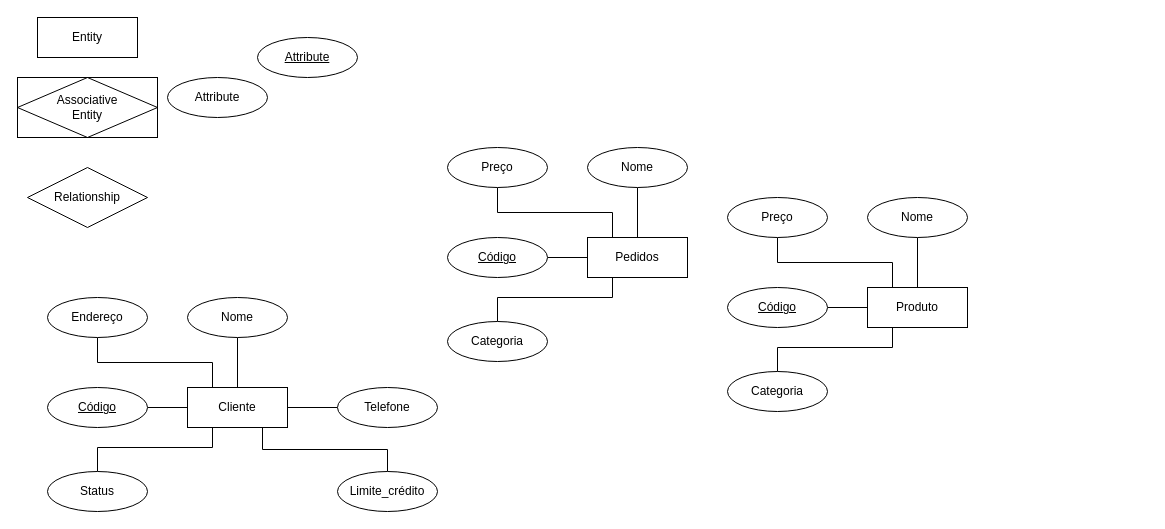
Before: Diagramas/Atividade Avaliativa 01.drawio in bruniculos08/BAN1002, a draw.io diagram. Source tidied: cells renumbered, new cells numbered last; positions are measured from the earlier drawing's top-left corner, leaving out a move shared by most shapes. Both pictures are drawn from the tidied source at 100%, with x=0, y=0 at pixel (17, 17).
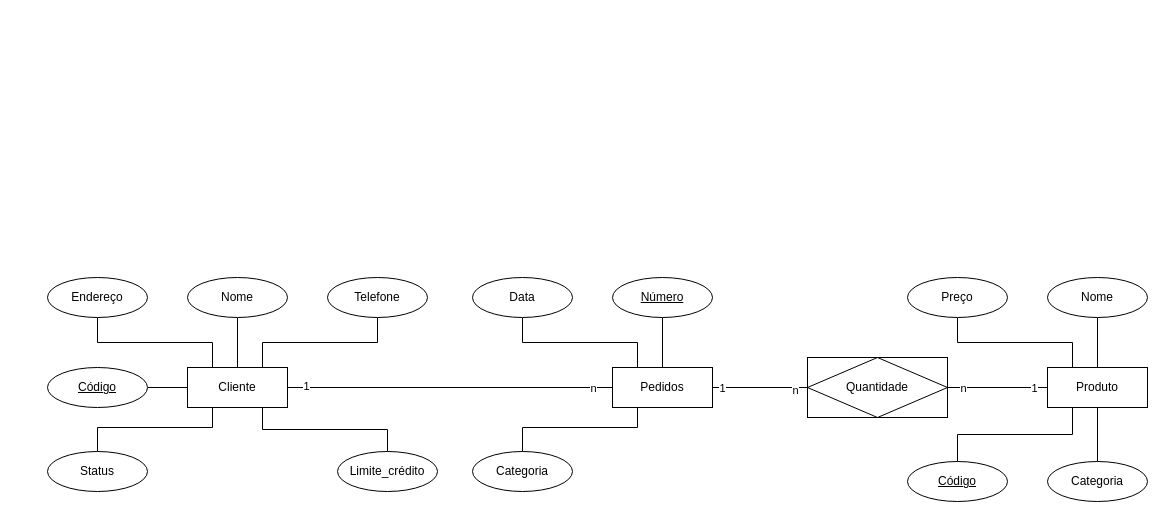
The same diagram, later.

Diff of the diagram source:
```diff
@@
-    <mxCell id="2" value="Relationship" style="shape=rhombus;perimeter=rhombusPerimeter;whiteSpace=wrap;html=1;align=center;" parent="1" vertex="1">
-      <mxGeometry x="10" y="150" width="120" height="60" as="geometry" />
-    </mxCell>
-    <mxCell id="3" value="Attribute" style="ellipse;whiteSpace=wrap;html=1;align=center;" parent="1" vertex="1">
-      <mxGeometry x="150" y="60" width="100" height="40" as="geometry" />
-    </mxCell>
-    <mxCell id="4" value="Entity" style="whiteSpace=wrap;html=1;align=center;" parent="1" vertex="1">
-      <mxGeometry x="20" width="100" height="40" as="geometry" />
-    </mxCell>
-    <mxCell id="5" value="Associative&#10;Entity" style="shape=associativeEntity;whiteSpace=wrap;html=1;align=center;" parent="1" vertex="1">
-      <mxGeometry y="60" width="140" height="60" as="geometry" />
-    </mxCell>
-    <mxCell id="6" value="Attribute" style="ellipse;whiteSpace=wrap;html=1;align=center;fontStyle=4;" parent="1" vertex="1">
-      <mxGeometry x="240" y="20" width="100" height="40" as="geometry" />
-    </mxCell>
@@
+    <mxCell id="9" style="edgeStyle=orthogonalEdgeStyle;rounded=0;jettySize=auto;html=1;exitX=0.5;exitY=1;exitDx=0;exitDy=0;entryX=0.5;entryY=0;entryDx=0;entryDy=0;endArrow=none;endFill=0;" parent="1" edge="1" source="10" target="13">
+      <mxGeometry relative="1" as="geometry" />
+    </mxCell>
-    <mxCell id="8" style="edgeStyle=orthogonalEdgeStyle;rounded=0;jettySize=auto;html=1;exitX=0;exitY=0.5;exitDx=0;exitDy=0;entryX=1;entryY=0.5;entryDx=0;entryDy=0;endArrow=none;endFill=0;" parent="1" edge="1" source="10" target="12">
+    <mxCell id="8" style="edgeStyle=orthogonalEdgeStyle;rounded=0;jettySize=auto;html=1;exitX=0.25;exitY=1;exitDx=0;exitDy=0;entryX=0.5;entryY=0;entryDx=0;entryDy=0;endArrow=none;endFill=0;" parent="1" edge="1" source="10" target="12">
       <mxGeometry relative="1" as="geometry" />
     </mxCell>
-    <mxCell id="9" style="edgeStyle=orthogonalEdgeStyle;rounded=0;jettySize=auto;html=1;exitX=0.25;exitY=1;exitDx=0;exitDy=0;entryX=0.5;entryY=0;entryDx=0;entryDy=0;endArrow=none;endFill=0;" parent="1" edge="1" source="10" target="13">
-      <mxGeometry relative="1" as="geometry">
-        <Array as="points">
-          <mxPoint x="875" y="330" />
-          <mxPoint x="760" y="330" />
-        </Array>
-      </mxGeometry>
-    </mxCell>
+    <mxCell id="38" style="edgeStyle=orthogonalEdgeStyle;rounded=0;jettySize=auto;html=1;exitX=0;exitY=0.5;exitDx=0;exitDy=0;entryX=1;entryY=0.5;entryDx=0;entryDy=0;endArrow=none;endFill=0;" parent="1" edge="1" source="10" target="49">
+      <mxGeometry relative="1" as="geometry" />
+    </mxCell>
+    <mxCell id="39" value="1" style="edgeLabel;html=1;align=center;verticalAlign=middle;" parent="38" vertex="1">
+      <mxGeometry x="-0.73" relative="1" as="geometry" />
+    </mxCell>
+    <mxCell id="40" value="n" style="edgeLabel;html=1;align=center;verticalAlign=middle;" parent="38" vertex="1">
+      <mxGeometry x="0.7" relative="1" as="geometry" />
+    </mxCell>
     <mxCell id="10" value="Produto" style="whiteSpace=wrap;html=1;align=center;" parent="1" vertex="1">
-      <mxGeometry x="850" y="270" width="100" height="40" as="geometry" />
+      <mxGeometry x="1030" y="350" width="100" height="40" as="geometry" />
     </mxCell>
     <mxCell id="11" value="Nome" style="ellipse;whiteSpace=wrap;html=1;align=center;" parent="1" vertex="1">
-      <mxGeometry x="850" y="180" width="100" height="40" as="geometry" />
+      <mxGeometry x="1030" y="260" width="100" height="40" as="geometry" />
     </mxCell>
     <mxCell id="12" value="Código" style="ellipse;whiteSpace=wrap;html=1;align=center;fontStyle=4;" parent="1" vertex="1">
-      <mxGeometry x="710" y="270" width="100" height="40" as="geometry" />
+      <mxGeometry x="890" y="444" width="100" height="40" as="geometry" />
     </mxCell>
     <mxCell id="13" value="Categoria" style="ellipse;whiteSpace=wrap;html=1;align=center;" parent="1" vertex="1">
-      <mxGeometry x="710" y="354" width="100" height="40" as="geometry" />
+      <mxGeometry x="1030" y="444" width="100" height="40" as="geometry" />
     </mxCell>
@@
     <mxCell id="15" value="Preço" style="ellipse;whiteSpace=wrap;html=1;align=center;" parent="1" vertex="1">
-      <mxGeometry x="710" y="180" width="100" height="40" as="geometry" />
+      <mxGeometry x="890" y="260" width="100" height="40" as="geometry" />
     </mxCell>
@@
     <mxCell id="18" style="edgeStyle=orthogonalEdgeStyle;rounded=0;jettySize=auto;html=1;exitX=0.25;exitY=1;exitDx=0;exitDy=0;entryX=0.5;entryY=0;entryDx=0;entryDy=0;endArrow=none;endFill=0;" parent="1" edge="1" source="20" target="23">
       <mxGeometry relative="1" as="geometry">
         <Array as="points">
-          <mxPoint x="195" y="430" />
-          <mxPoint x="80" y="430" />
+          <mxPoint x="195" y="410" />
+          <mxPoint x="80" y="410" />
         </Array>
       </mxGeometry>
     </mxCell>
@@
+    <mxCell id="41" style="edgeStyle=orthogonalEdgeStyle;rounded=0;jettySize=auto;html=1;exitX=0.75;exitY=0;exitDx=0;exitDy=0;endArrow=none;endFill=0;" parent="1" edge="1" source="20" target="27">
+      <mxGeometry relative="1" as="geometry" />
+    </mxCell>
     <mxCell id="20" value="Cliente" style="whiteSpace=wrap;html=1;align=center;" parent="1" vertex="1">
-      <mxGeometry x="170" y="370" width="100" height="40" as="geometry" />
+      <mxGeometry x="170" y="350" width="100" height="40" as="geometry" />
     </mxCell>
     <mxCell id="21" value="Nome" style="ellipse;whiteSpace=wrap;html=1;align=center;" parent="1" vertex="1">
-      <mxGeometry x="170" y="280" width="100" height="40" as="geometry" />
+      <mxGeometry x="170" y="260" width="100" height="40" as="geometry" />
     </mxCell>
     <mxCell id="22" value="Código" style="ellipse;whiteSpace=wrap;html=1;align=center;fontStyle=4;" parent="1" vertex="1">
-      <mxGeometry x="30" y="370" width="100" height="40" as="geometry" />
+      <mxGeometry x="30" y="350" width="100" height="40" as="geometry" />
     </mxCell>
     <mxCell id="23" value="Status" style="ellipse;whiteSpace=wrap;html=1;align=center;" parent="1" vertex="1">
-      <mxGeometry x="30" y="454" width="100" height="40" as="geometry" />
+      <mxGeometry x="30" y="434" width="100" height="40" as="geometry" />
     </mxCell>
@@
     <mxCell id="25" value="Endereço" style="ellipse;whiteSpace=wrap;html=1;align=center;" parent="1" vertex="1">
-      <mxGeometry x="30" y="280" width="100" height="40" as="geometry" />
+      <mxGeometry x="30" y="260" width="100" height="40" as="geometry" />
     </mxCell>
-    <mxCell id="26" style="edgeStyle=orthogonalEdgeStyle;rounded=0;jettySize=auto;html=1;exitX=0;exitY=0.5;exitDx=0;exitDy=0;entryX=1;entryY=0.5;entryDx=0;entryDy=0;endArrow=none;endFill=0;" parent="1" edge="1" source="27" target="20">
-      <mxGeometry relative="1" as="geometry" />
-    </mxCell>
     <mxCell id="27" value="Telefone" style="ellipse;whiteSpace=wrap;html=1;align=center;" parent="1" vertex="1">
-      <mxGeometry x="320" y="370" width="100" height="40" as="geometry" />
+      <mxGeometry x="310" y="260" width="100" height="40" as="geometry" />
     </mxCell>
     <mxCell id="28" value="Limite_crédito" style="ellipse;whiteSpace=wrap;html=1;align=center;" parent="1" vertex="1">
-      <mxGeometry x="320" y="454" width="100" height="40" as="geometry" />
+      <mxGeometry x="320" y="434" width="100" height="40" as="geometry" />
     </mxCell>
-    <mxCell id="29" style="edgeStyle=orthogonalEdgeStyle;rounded=0;jettySize=auto;html=1;exitX=0.5;exitY=0;exitDx=0;exitDy=0;entryX=0.5;entryY=1;entryDx=0;entryDy=0;endArrow=none;endFill=0;" parent="1" edge="1" source="32" target="33">
-      <mxGeometry relative="1" as="geometry" />
-    </mxCell>
-    <mxCell id="30" style="edgeStyle=orthogonalEdgeStyle;rounded=0;jettySize=auto;html=1;exitX=0;exitY=0.5;exitDx=0;exitDy=0;entryX=1;entryY=0.5;entryDx=0;entryDy=0;endArrow=none;endFill=0;" parent="1" edge="1" source="32" target="34">
-      <mxGeometry relative="1" as="geometry" />
-    </mxCell>
     <mxCell id="31" style="edgeStyle=orthogonalEdgeStyle;rounded=0;jettySize=auto;html=1;exitX=0.25;exitY=1;exitDx=0;exitDy=0;entryX=0.5;entryY=0;entryDx=0;entryDy=0;endArrow=none;endFill=0;" parent="1" edge="1" source="32" target="35">
       <mxGeometry relative="1" as="geometry">
         <Array as="points">
-          <mxPoint x="595" y="280" />
-          <mxPoint x="480" y="280" />
+          <mxPoint x="620" y="410" />
+          <mxPoint x="505" y="410" />
         </Array>
       </mxGeometry>
     </mxCell>
+    <mxCell id="42" style="edgeStyle=orthogonalEdgeStyle;rounded=0;jettySize=auto;html=1;exitX=0;exitY=0.5;exitDx=0;exitDy=0;entryX=1;entryY=0.5;entryDx=0;entryDy=0;endArrow=none;endFill=0;" parent="1" edge="1" source="32" target="20">
+      <mxGeometry relative="1" as="geometry" />
+    </mxCell>
+    <mxCell id="43" value="1" style="edgeLabel;html=1;align=center;verticalAlign=middle;" parent="42" vertex="1">
+      <mxGeometry x="0.89" y="-2" relative="1" as="geometry" />
+    </mxCell>
+    <mxCell id="44" value="n" style="edgeLabel;html=1;align=center;verticalAlign=middle;" parent="42" vertex="1">
+      <mxGeometry x="-0.88" relative="1" as="geometry" />
+    </mxCell>
     <mxCell id="32" value="Pedidos" style="whiteSpace=wrap;html=1;align=center;" parent="1" vertex="1">
-      <mxGeometry x="570" y="220" width="100" height="40" as="geometry" />
+      <mxGeometry x="595" y="350" width="100" height="40" as="geometry" />
     </mxCell>
-    <mxCell id="33" value="Nome" style="ellipse;whiteSpace=wrap;html=1;align=center;" parent="1" vertex="1">
-      <mxGeometry x="570" y="130" width="100" height="40" as="geometry" />
-    </mxCell>
+    <mxCell id="45" style="edgeStyle=orthogonalEdgeStyle;rounded=0;jettySize=auto;html=1;exitX=0.5;exitY=1;exitDx=0;exitDy=0;entryX=0.5;entryY=0;entryDx=0;entryDy=0;endArrow=none;endFill=0;" parent="1" edge="1" source="34" target="32">
+      <mxGeometry relative="1" as="geometry" />
+    </mxCell>
-    <mxCell id="34" value="Código" style="ellipse;whiteSpace=wrap;html=1;align=center;fontStyle=4;" parent="1" vertex="1">
-      <mxGeometry x="430" y="220" width="100" height="40" as="geometry" />
+    <mxCell id="34" value="Número" style="ellipse;whiteSpace=wrap;html=1;align=center;fontStyle=4;" parent="1" vertex="1">
+      <mxGeometry x="595" y="260" width="100" height="40" as="geometry" />
     </mxCell>
     <mxCell id="35" value="Categoria" style="ellipse;whiteSpace=wrap;html=1;align=center;" parent="1" vertex="1">
-      <mxGeometry x="430" y="304" width="100" height="40" as="geometry" />
+      <mxGeometry x="455" y="434" width="100" height="40" as="geometry" />
     </mxCell>
@@
-    <mxCell id="37" value="Preço" style="ellipse;whiteSpace=wrap;html=1;align=center;" parent="1" vertex="1">
-      <mxGeometry x="430" y="130" width="100" height="40" as="geometry" />
+    <mxCell id="37" value="Data" style="ellipse;whiteSpace=wrap;html=1;align=center;" parent="1" vertex="1">
+      <mxGeometry x="455" y="260" width="100" height="40" as="geometry" />
     </mxCell>
+    <mxCell id="46" style="edgeStyle=orthogonalEdgeStyle;rounded=0;jettySize=auto;html=1;exitX=0;exitY=0.5;exitDx=0;exitDy=0;entryX=1;entryY=0.5;entryDx=0;entryDy=0;endArrow=none;endFill=0;" parent="1" edge="1" source="49" target="32">
+      <mxGeometry relative="1" as="geometry" />
+    </mxCell>
+    <mxCell id="47" value="1" style="edgeLabel;html=1;align=center;verticalAlign=middle;" parent="46" vertex="1">
+      <mxGeometry x="0.82" relative="1" as="geometry" />
+    </mxCell>
+    <mxCell id="48" value="n" style="edgeLabel;html=1;align=center;verticalAlign=middle;" parent="46" vertex="1">
+      <mxGeometry x="-0.73" y="2" relative="1" as="geometry" />
+    </mxCell>
+    <mxCell id="49" value="Quantidade" style="shape=associativeEntity;whiteSpace=wrap;html=1;align=center;" parent="1" vertex="1">
+      <mxGeometry x="790" y="340" width="140" height="60" as="geometry" />
+    </mxCell>
```
